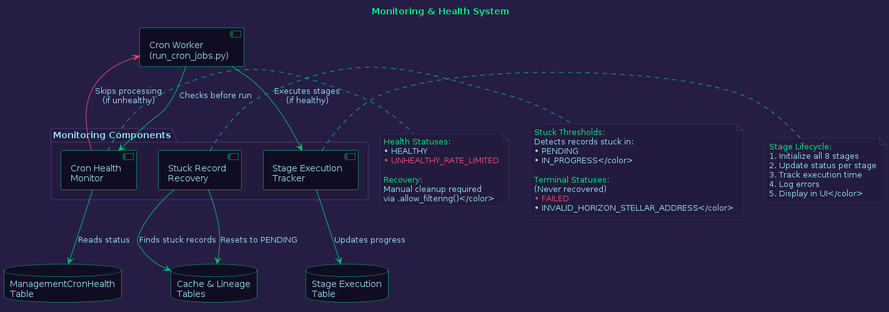
Earlier version of the PlantUML export diagrams/05_monitoring_system.png (areveur51/StellarMapWeb).
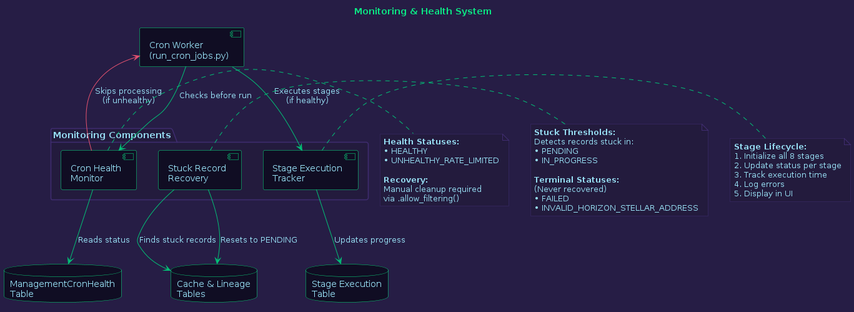
The same diagram one commit later.

Commit message:
Update diagram text to remove unnecessary color formatting

The edit, as a diff of the source:
```diff
@@ -28,7 +28,7 @@
   FontColor #96DDF2
 }
 
-title <color:#0BE784>Monitoring & Health System</color>
+title <color:#0BE784>Monitoring & Health System
 
 package "Monitoring Components" #231B3D {
   component "Cron Health\nMonitor" as CronHealth
@@ -54,34 +54,34 @@
 Recovery -[#01C176]-> DataDB : "Resets to PENDING"
 
 note right of CronHealth #231B3D
-  <color:#0BE784>Health Statuses:</color>
-  <color:#96DDF2>• HEALTHY</color>
-  <color:#E5526F>• UNHEALTHY_RATE_LIMITED</color>
+  **Health Statuses:**
+  • HEALTHY
+  • UNHEALTHY_RATE_LIMITED
 
-  <color:#0BE784>Recovery:</color>
-  <color:#96DDF2>Manual cleanup required
-  via .allow_filtering()</color>
+  **Recovery:**
+  Manual cleanup required
+  via .allow_filtering()
 end note
 
 note right of Recovery #231B3D
-  <color:#0BE784>Stuck Thresholds:</color>
-  <color:#96DDF2>Detects records stuck in:
+  **Stuck Thresholds:**
+  Detects records stuck in:
   • PENDING
-  • IN_PROGRESS</color>
+  • IN_PROGRESS
 
-  <color:#0BE784>Terminal Statuses:</color>
-  <color:#96DDF2>(Never recovered)</color>
-  <color:#E5526F>• FAILED
-  • INVALID_HORIZON_STELLAR_ADDRESS</color>
+  **Terminal Statuses:**
+  (Never recovered)
+  • FAILED
+  • INVALID_HORIZON_STELLAR_ADDRESS
 end note
 
 note right of StageTracker #231B3D
-  <color:#0BE784>Stage Lifecycle:</color>
-  <color:#96DDF2>1. Initialize all 8 stages
+  **Stage Lifecycle:**
+  1. Initialize all 8 stages
   2. Update status per stage
   3. Track execution time
   4. Log errors
-  5. Display in UI</color>
+  5. Display in UI
 end note
 
 @enduml
```
